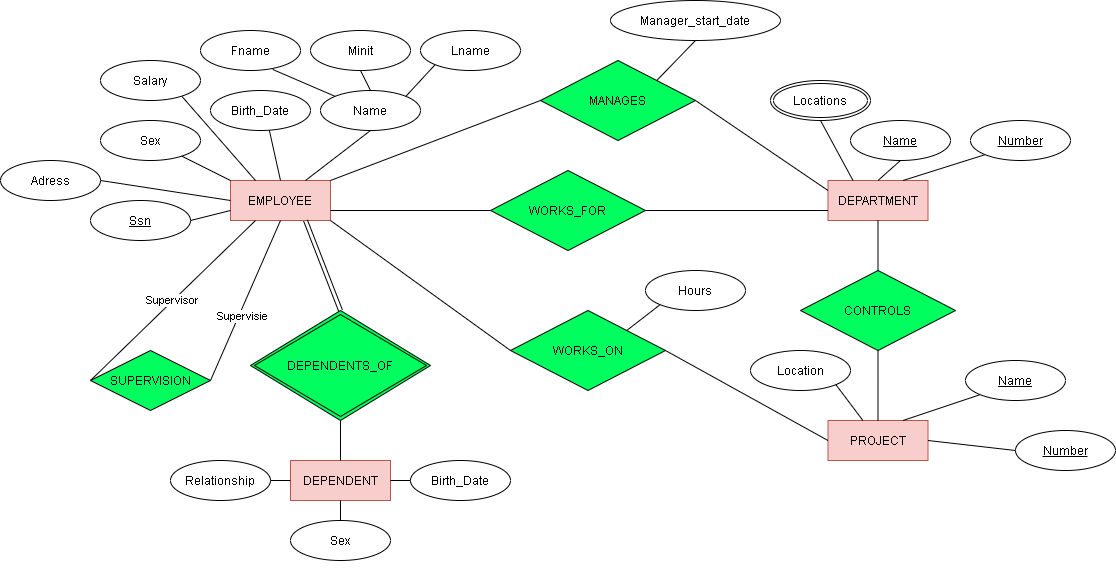
Above: Company ER.png in Ugur0855/Company_ER_Diagram (draw.io), before the change. Source tidied: cells renumbered, new cells last; positions are measured from the earlier drawing's top-left corner, leaving out a move shared by most shapes. The source it was exported from:
```xml
<mxGraphModel>
  <root>
    <mxCell id="0" />
    <mxCell id="1" parent="0" />
    <mxCell id="2" value="EMPLOYEE" style="whiteSpace=wrap;html=1;align=center;fillColor=#f8cecc;strokeColor=#b85450;" parent="1" vertex="1">
      <mxGeometry x="230" y="180" width="100" height="40" as="geometry" />
    </mxCell>
    <mxCell id="3" value="PROJECT" style="whiteSpace=wrap;html=1;align=center;fillColor=#f8cecc;strokeColor=#b85450;" parent="1" vertex="1">
      <mxGeometry x="827.5" y="420" width="100" height="40" as="geometry" />
    </mxCell>
    <mxCell id="4" value="DEPARTMENT" style="whiteSpace=wrap;html=1;align=center;fillColor=#f8cecc;strokeColor=#b85450;" parent="1" vertex="1">
      <mxGeometry x="827.5" y="180" width="100" height="40" as="geometry" />
    </mxCell>
    <mxCell id="5" value="DEPENDENT" style="whiteSpace=wrap;html=1;align=center;fillColor=#f8cecc;strokeColor=#b85450;" parent="1" vertex="1">
      <mxGeometry x="290" y="460" width="100" height="40" as="geometry" />
    </mxCell>
    <mxCell id="6" value="Name" style="ellipse;whiteSpace=wrap;html=1;align=center;" parent="1" vertex="1">
      <mxGeometry x="320" y="90" width="100" height="40" as="geometry" />
    </mxCell>
    <mxCell id="7" style="endArrow=none;html=1;rounded=0;entryX=0.5;entryY=1;entryDx=0;entryDy=0;exitX=0.75;exitY=0;exitDx=0;exitDy=0;" parent="1" edge="1" source="2" target="6">
      <mxGeometry relative="1" as="geometry" />
    </mxCell>
    <mxCell id="8" style="endArrow=none;html=1;rounded=0;entryX=0;entryY=0;entryDx=0;entryDy=0;" parent="1" edge="1" source="22" target="2">
      <mxGeometry relative="1" as="geometry" />
    </mxCell>
    <mxCell id="9" style="endArrow=none;html=1;rounded=0;entryX=0.75;entryY=0;entryDx=0;entryDy=0;exitX=0;exitY=1;exitDx=0;exitDy=0;" parent="1" edge="1" source="31" target="3">
      <mxGeometry relative="1" as="geometry" />
    </mxCell>
    <mxCell id="10" style="endArrow=none;html=1;rounded=0;entryX=0.5;entryY=0;entryDx=0;entryDy=0;exitX=0.5;exitY=0;exitDx=0;exitDy=0;" parent="1" edge="1" source="2" target="17">
      <mxGeometry relative="1" as="geometry" />
    </mxCell>
    <mxCell id="11" style="endArrow=none;html=1;rounded=0;entryX=0;entryY=1;entryDx=0;entryDy=0;exitX=1;exitY=0;exitDx=0;exitDy=0;" parent="1" edge="1" source="6" target="16">
      <mxGeometry relative="1" as="geometry" />
    </mxCell>
    <mxCell id="12" style="endArrow=none;html=1;rounded=0;entryX=0.5;entryY=1;entryDx=0;entryDy=0;exitX=0.5;exitY=0;exitDx=0;exitDy=0;" parent="1" edge="1" source="6" target="15">
      <mxGeometry relative="1" as="geometry" />
    </mxCell>
    <mxCell id="13" style="endArrow=none;html=1;rounded=0;entryX=0.722;entryY=0.974;entryDx=0;entryDy=0;exitX=0;exitY=0;exitDx=0;exitDy=0;entryPerimeter=0;" parent="1" edge="1" source="6" target="14">
      <mxGeometry relative="1" as="geometry" />
    </mxCell>
    <mxCell id="14" value="Fname" style="ellipse;whiteSpace=wrap;html=1;align=center;" parent="1" vertex="1">
      <mxGeometry x="200" y="30" width="100" height="40" as="geometry" />
    </mxCell>
    <mxCell id="15" value="Minit" style="ellipse;whiteSpace=wrap;html=1;align=center;" parent="1" vertex="1">
      <mxGeometry x="310" y="30" width="100" height="40" as="geometry" />
    </mxCell>
    <mxCell id="16" value="Lname" style="ellipse;whiteSpace=wrap;html=1;align=center;" parent="1" vertex="1">
      <mxGeometry x="420" y="30" width="100" height="40" as="geometry" />
    </mxCell>
    <mxCell id="17" value="Birth_Date" style="ellipse;whiteSpace=wrap;html=1;align=center;" parent="1" vertex="1">
      <mxGeometry x="210" y="90" width="100" height="40" as="geometry" />
    </mxCell>
    <mxCell id="18" value="Ssn" style="ellipse;whiteSpace=wrap;html=1;align=center;fontStyle=4;" parent="1" vertex="1">
      <mxGeometry x="90" y="200" width="100" height="40" as="geometry" />
    </mxCell>
    <mxCell id="19" style="endArrow=none;html=1;rounded=0;entryX=0.25;entryY=0;entryDx=0;entryDy=0;exitX=0.5;exitY=1;exitDx=0;exitDy=0;" parent="1" edge="1" source="42" target="4">
      <mxGeometry relative="1" as="geometry" />
    </mxCell>
    <mxCell id="20" style="endArrow=none;html=1;rounded=0;exitX=0.5;exitY=0;exitDx=0;exitDy=0;entryX=0.25;entryY=0;entryDx=0;entryDy=0;" parent="1" edge="1" source="23" target="2">
      <mxGeometry relative="1" as="geometry" />
    </mxCell>
    <mxCell id="21" style="endArrow=none;html=1;rounded=0;entryX=0;entryY=0.75;entryDx=0;entryDy=0;exitX=1;exitY=0.5;exitDx=0;exitDy=0;" parent="1" edge="1" source="18" target="2">
      <mxGeometry relative="1" as="geometry" />
    </mxCell>
    <mxCell id="22" value="Sex" style="ellipse;whiteSpace=wrap;html=1;align=center;" parent="1" vertex="1">
      <mxGeometry x="100" y="120" width="100" height="40" as="geometry" />
    </mxCell>
    <mxCell id="23" value="Salary" style="ellipse;whiteSpace=wrap;html=1;align=center;" parent="1" vertex="1">
      <mxGeometry x="100" y="60" width="100" height="40" as="geometry" />
    </mxCell>
    <mxCell id="24" style="endArrow=none;html=1;rounded=0;entryX=1;entryY=0.5;entryDx=0;entryDy=0;exitX=0;exitY=0.5;exitDx=0;exitDy=0;" parent="1" edge="1" source="2" target="25">
      <mxGeometry relative="1" as="geometry" />
    </mxCell>
    <mxCell id="25" value="Adress" style="ellipse;whiteSpace=wrap;html=1;align=center;" parent="1" vertex="1">
      <mxGeometry y="160" width="100" height="40" as="geometry" />
    </mxCell>
    <mxCell id="26" value="Birth_Date" style="ellipse;whiteSpace=wrap;html=1;align=center;" parent="1" vertex="1">
      <mxGeometry x="410" y="460" width="100" height="40" as="geometry" />
    </mxCell>
    <mxCell id="27" value="Sex" style="ellipse;whiteSpace=wrap;html=1;align=center;" parent="1" vertex="1">
      <mxGeometry x="290" y="520" width="100" height="40" as="geometry" />
    </mxCell>
    <mxCell id="28" style="endArrow=none;html=1;rounded=0;entryX=0.5;entryY=1;entryDx=0;entryDy=0;" parent="1" edge="1" source="27" target="5">
      <mxGeometry relative="1" as="geometry" />
    </mxCell>
    <mxCell id="29" value="Relationship" style="ellipse;whiteSpace=wrap;html=1;align=center;" parent="1" vertex="1">
      <mxGeometry x="170" y="460" width="100" height="40" as="geometry" />
    </mxCell>
    <mxCell id="30" style="endArrow=none;html=1;rounded=0;entryX=0;entryY=0.5;entryDx=0;entryDy=0;exitX=1;exitY=0.5;exitDx=0;exitDy=0;" parent="1" edge="1" source="29" target="5">
      <mxGeometry relative="1" as="geometry" />
    </mxCell>
    <mxCell id="31" value="Name" style="ellipse;whiteSpace=wrap;html=1;align=center;fontStyle=4;" parent="1" vertex="1">
      <mxGeometry x="965" y="360" width="100" height="40" as="geometry" />
    </mxCell>
    <mxCell id="32" style="endArrow=none;html=1;rounded=0;entryX=1;entryY=0.5;entryDx=0;entryDy=0;exitX=0;exitY=0.5;exitDx=0;exitDy=0;" parent="1" edge="1" source="33" target="3">
      <mxGeometry relative="1" as="geometry" />
    </mxCell>
    <mxCell id="33" value="Number" style="ellipse;whiteSpace=wrap;html=1;align=center;fontStyle=4;" parent="1" vertex="1">
      <mxGeometry x="1015" y="430" width="100" height="40" as="geometry" />
    </mxCell>
    <mxCell id="34" value="Location" style="ellipse;whiteSpace=wrap;html=1;align=center;" parent="1" vertex="1">
      <mxGeometry x="750" y="350" width="100" height="40" as="geometry" />
    </mxCell>
    <mxCell id="35" style="endArrow=none;html=1;rounded=0;exitX=1;exitY=1;exitDx=0;exitDy=0;" parent="1" edge="1" source="34" target="3">
      <mxGeometry relative="1" as="geometry" />
    </mxCell>
    <mxCell id="36" style="endArrow=none;html=1;rounded=0;entryX=0.5;entryY=1;entryDx=0;entryDy=0;exitX=1;exitY=0;exitDx=0;exitDy=0;" parent="1" edge="1" source="48" target="37">
      <mxGeometry relative="1" as="geometry" />
    </mxCell>
    <mxCell id="37" value="Manager_start_date" style="ellipse;whiteSpace=wrap;html=1;align=center;" parent="1" vertex="1">
      <mxGeometry x="610" width="170" height="40" as="geometry" />
    </mxCell>
    <mxCell id="38" style="endArrow=none;html=1;rounded=0;entryX=0.5;entryY=0;entryDx=0;entryDy=0;exitX=0.5;exitY=1;exitDx=0;exitDy=0;" parent="1" edge="1" source="39" target="4">
      <mxGeometry relative="1" as="geometry" />
    </mxCell>
    <mxCell id="39" value="Name" style="ellipse;whiteSpace=wrap;html=1;align=center;fontStyle=4;" parent="1" vertex="1">
      <mxGeometry x="850" y="120" width="100" height="40" as="geometry" />
    </mxCell>
    <mxCell id="40" style="endArrow=none;html=1;rounded=0;entryX=0.75;entryY=0;entryDx=0;entryDy=0;exitX=0;exitY=1;exitDx=0;exitDy=0;" parent="1" edge="1" source="41" target="4">
      <mxGeometry relative="1" as="geometry" />
    </mxCell>
    <mxCell id="41" value="Number" style="ellipse;whiteSpace=wrap;html=1;align=center;fontStyle=4;" parent="1" vertex="1">
      <mxGeometry x="970" y="120" width="100" height="40" as="geometry" />
    </mxCell>
    <mxCell id="42" value="Locations" style="ellipse;shape=doubleEllipse;margin=3;whiteSpace=wrap;html=1;align=center;" parent="1" vertex="1">
      <mxGeometry x="770" y="80" width="100" height="40" as="geometry" />
    </mxCell>
    <mxCell id="43" style="endArrow=none;html=1;rounded=0;entryX=0.5;entryY=0;entryDx=0;entryDy=0;noJump=0;comic=0;shape=link;exitX=0.75;exitY=1;exitDx=0;exitDy=0;" parent="1" edge="1" source="2" target="63">
      <mxGeometry relative="1" as="geometry" />
    </mxCell>
    <mxCell id="44" style="endArrow=none;html=1;rounded=0;exitX=0.5;exitY=1;exitDx=0;exitDy=0;entryX=0.5;entryY=0;entryDx=0;entryDy=0;" parent="1" edge="1" source="63" target="5">
      <mxGeometry relative="1" as="geometry" />
    </mxCell>
    <mxCell id="45" value="WORKS_FOR" style="shape=rhombus;perimeter=rhombusPerimeter;whiteSpace=wrap;html=1;align=center;fillColor=#00FF5E;" parent="1" vertex="1">
      <mxGeometry x="490" y="170" width="155" height="80" as="geometry" />
    </mxCell>
    <mxCell id="46" style="endArrow=none;html=1;rounded=0;exitX=1;exitY=0.75;exitDx=0;exitDy=0;entryX=0;entryY=0.5;entryDx=0;entryDy=0;" parent="1" edge="1" source="2" target="45">
      <mxGeometry relative="1" as="geometry" />
    </mxCell>
    <mxCell id="47" style="endArrow=none;html=1;rounded=0;exitX=1;exitY=0.5;exitDx=0;exitDy=0;entryX=0;entryY=0.75;entryDx=0;entryDy=0;" parent="1" edge="1" source="45" target="4">
      <mxGeometry relative="1" as="geometry" />
    </mxCell>
    <mxCell id="48" value="MANAGES" style="shape=rhombus;perimeter=rhombusPerimeter;whiteSpace=wrap;html=1;align=center;fillColor=#00FF5E;" parent="1" vertex="1">
      <mxGeometry x="540" y="60" width="155" height="80" as="geometry" />
    </mxCell>
    <mxCell id="49" style="endArrow=none;html=1;rounded=0;exitX=1;exitY=0;exitDx=0;exitDy=0;entryX=0;entryY=0.5;entryDx=0;entryDy=0;" parent="1" edge="1" source="2" target="48">
      <mxGeometry relative="1" as="geometry" />
    </mxCell>
    <mxCell id="50" style="endArrow=none;html=1;rounded=0;exitX=1;exitY=0.5;exitDx=0;exitDy=0;entryX=0;entryY=0.25;entryDx=0;entryDy=0;" parent="1" edge="1" source="48" target="4">
      <mxGeometry relative="1" as="geometry" />
    </mxCell>
    <mxCell id="51" value="CONTROLS" style="shape=rhombus;perimeter=rhombusPerimeter;whiteSpace=wrap;html=1;align=center;fillColor=#00FF5E;" parent="1" vertex="1">
      <mxGeometry x="800" y="270" width="155" height="80" as="geometry" />
    </mxCell>
    <mxCell id="52" style="endArrow=none;html=1;rounded=0;entryX=0.5;entryY=1;entryDx=0;entryDy=0;exitX=0.5;exitY=0;exitDx=0;exitDy=0;" parent="1" edge="1" source="51" target="4">
      <mxGeometry relative="1" as="geometry" />
    </mxCell>
    <mxCell id="53" style="endArrow=none;html=1;rounded=0;entryX=0.5;entryY=1;entryDx=0;entryDy=0;exitX=0.5;exitY=0;exitDx=0;exitDy=0;" parent="1" edge="1" source="3" target="51">
      <mxGeometry relative="1" as="geometry" />
    </mxCell>
    <mxCell id="54" value="WORKS_ON" style="shape=rhombus;perimeter=rhombusPerimeter;whiteSpace=wrap;html=1;align=center;fillColor=#00FF5E;" parent="1" vertex="1">
      <mxGeometry x="510" y="310" width="155" height="80" as="geometry" />
    </mxCell>
    <mxCell id="55" style="endArrow=none;html=1;rounded=0;exitX=1;exitY=1;exitDx=0;exitDy=0;entryX=0;entryY=0.5;entryDx=0;entryDy=0;" parent="1" edge="1" source="2" target="54">
      <mxGeometry relative="1" as="geometry" />
    </mxCell>
    <mxCell id="56" style="endArrow=none;html=1;rounded=0;exitX=1;exitY=0.5;exitDx=0;exitDy=0;entryX=0;entryY=0.5;entryDx=0;entryDy=0;" parent="1" edge="1" source="54" target="3">
      <mxGeometry relative="1" as="geometry" />
    </mxCell>
    <mxCell id="57" value="Hours" style="ellipse;whiteSpace=wrap;html=1;align=center;" parent="1" vertex="1">
      <mxGeometry x="645" y="270" width="100" height="40" as="geometry" />
    </mxCell>
    <mxCell id="58" style="endArrow=none;html=1;rounded=0;entryX=1;entryY=0;entryDx=0;entryDy=0;exitX=0;exitY=1;exitDx=0;exitDy=0;" parent="1" edge="1" source="57" target="54">
      <mxGeometry relative="1" as="geometry" />
    </mxCell>
    <mxCell id="59" value="SUPERVISION" style="shape=rhombus;perimeter=rhombusPerimeter;whiteSpace=wrap;html=1;align=center;fillColor=#00FF5E;" parent="1" vertex="1">
      <mxGeometry x="90" y="350" width="120" height="60" as="geometry" />
    </mxCell>
    <mxCell id="60" value="Supervisor" style="endArrow=none;html=1;rounded=0;exitX=0.25;exitY=1;exitDx=0;exitDy=0;entryX=0;entryY=0.5;entryDx=0;entryDy=0;" parent="1" edge="1" source="2" target="59">
      <mxGeometry relative="1" as="geometry" />
    </mxCell>
    <mxCell id="61" style="endArrow=none;html=1;rounded=0;exitX=0.5;exitY=1;exitDx=0;exitDy=0;entryX=1;entryY=0.5;entryDx=0;entryDy=0;" parent="1" edge="1" source="2" target="59">
      <mxGeometry relative="1" as="geometry" />
    </mxCell>
    <mxCell id="62" value="Supervisie" style="edgeLabel;html=1;align=center;verticalAlign=middle;" parent="61" vertex="1">
      <mxGeometry x="0.18" y="3" relative="1" as="geometry" />
    </mxCell>
    <mxCell id="63" value="DEPENDENTS_OF" style="shape=rhombus;double=1;perimeter=rhombusPerimeter;whiteSpace=wrap;html=1;align=center;rounded=0;shadow=0;sketch=0;fillColor=#00FF5E;" parent="1" vertex="1">
      <mxGeometry x="250" y="310" width="180" height="110" as="geometry" />
    </mxCell>
    <mxCell id="64" style="edgeStyle=none;shape=link;rounded=1;comic=1;orthogonalLoop=1;jettySize=auto;html=1;exitX=0.5;exitY=1;exitDx=0;exitDy=0;strokeColor=#000000;" parent="1" edge="1" source="27" target="27">
      <mxGeometry relative="1" as="geometry" />
    </mxCell>
    <mxCell id="65" style="endArrow=none;html=1;rounded=0;entryX=0;entryY=0.5;entryDx=0;entryDy=0;exitX=1;exitY=0.5;exitDx=0;exitDy=0;" parent="1" edge="1" source="5" target="26">
      <mxGeometry relative="1" as="geometry" />
    </mxCell>
  </root>
</mxGraphModel>
```
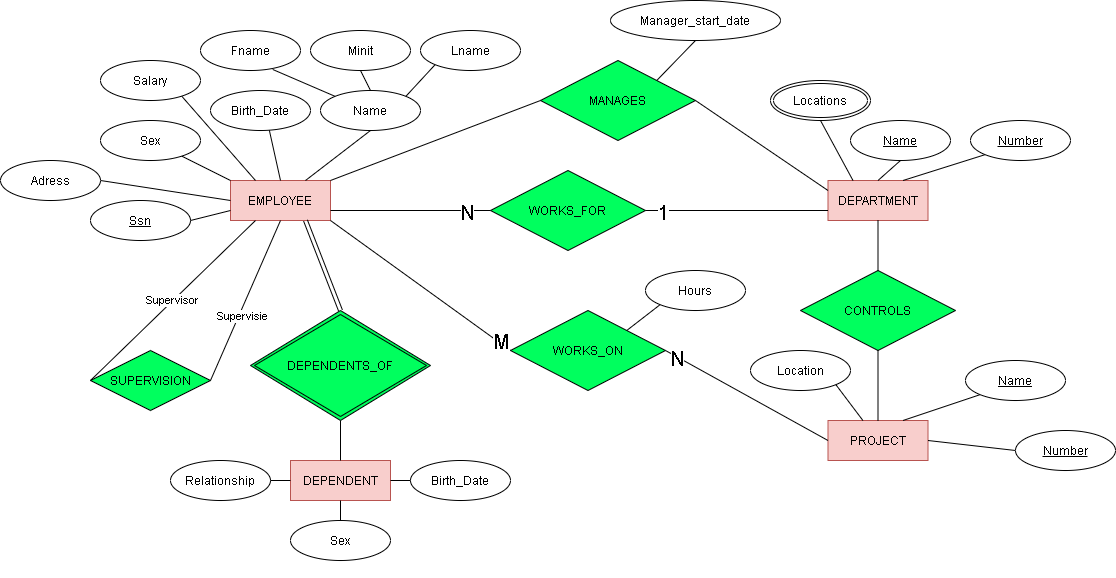
After the commit.

Diff of the diagram source:
```diff
@@ -137,9 +137,15 @@
     <mxCell id="46" style="endArrow=none;html=1;rounded=0;exitX=1;exitY=0.75;exitDx=0;exitDy=0;entryX=0;entryY=0.5;entryDx=0;entryDy=0;" parent="1" edge="1" source="2" target="45">
       <mxGeometry relative="1" as="geometry" />
     </mxCell>
+    <mxCell id="66" value="N" style="edgeLabel;html=1;align=center;verticalAlign=middle;fontSize=20;" parent="46" vertex="1">
+      <mxGeometry x="0.7" y="-1" relative="1" as="geometry" />
+    </mxCell>
     <mxCell id="47" style="endArrow=none;html=1;rounded=0;exitX=1;exitY=0.5;exitDx=0;exitDy=0;entryX=0;entryY=0.75;entryDx=0;entryDy=0;" parent="1" edge="1" source="45" target="4">
       <mxGeometry relative="1" as="geometry" />
     </mxCell>
+    <mxCell id="67" value="1" style="edgeLabel;html=1;align=center;verticalAlign=middle;fontSize=20;" parent="47" vertex="1">
+      <mxGeometry x="-0.81" y="-1" relative="1" as="geometry" />
+    </mxCell>
     <mxCell id="48" value="MANAGES" style="shape=rhombus;perimeter=rhombusPerimeter;whiteSpace=wrap;html=1;align=center;fillColor=#00FF5E;" parent="1" vertex="1">
       <mxGeometry x="540" y="60" width="155" height="80" as="geometry" />
     </mxCell>
@@ -164,9 +170,17 @@
     <mxCell id="55" style="endArrow=none;html=1;rounded=0;exitX=1;exitY=1;exitDx=0;exitDy=0;entryX=0;entryY=0.5;entryDx=0;entryDy=0;" parent="1" edge="1" source="2" target="54">
       <mxGeometry relative="1" as="geometry" />
     </mxCell>
+    <mxCell id="68" value="M" style="edgeLabel;html=1;align=center;verticalAlign=middle;fontSize=20;" parent="55" vertex="1">
+      <mxGeometry x="0.88" y="1" relative="1" as="geometry">
+        <mxPoint y="-1" as="offset" />
+      </mxGeometry>
+    </mxCell>
     <mxCell id="56" style="endArrow=none;html=1;rounded=0;exitX=1;exitY=0.5;exitDx=0;exitDy=0;entryX=0;entryY=0.5;entryDx=0;entryDy=0;" parent="1" edge="1" source="54" target="3">
       <mxGeometry relative="1" as="geometry" />
     </mxCell>
+    <mxCell id="69" value="N" style="edgeLabel;html=1;align=center;verticalAlign=middle;fontSize=20;" parent="56" vertex="1">
+      <mxGeometry x="-0.85" y="-1" relative="1" as="geometry" />
+    </mxCell>
     <mxCell id="57" value="Hours" style="ellipse;whiteSpace=wrap;html=1;align=center;" parent="1" vertex="1">
       <mxGeometry x="645" y="270" width="100" height="40" as="geometry" />
     </mxCell>
```
